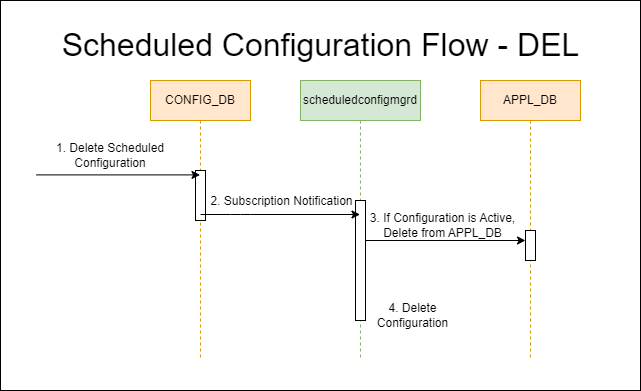
Earlier version of the draw.io export doc/scheduled-configurations/images/scheduled-configuration-flow-del.png (sonic-net/SONiC). Source tidied: cells renumbered, new cells last; positions are measured from the earlier drawing's top-left corner, leaving out a move shared by most shapes.
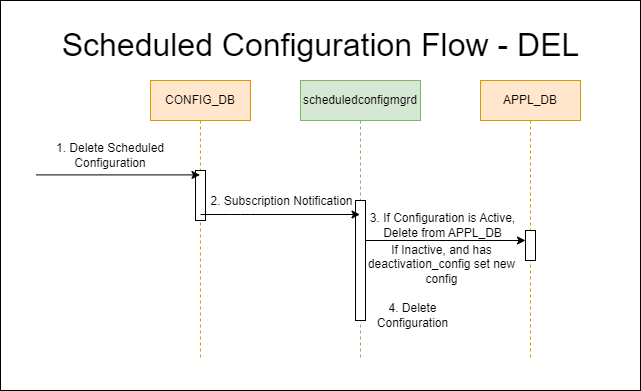
After the change.

Commit message:
Update HLD to include "deactivation_config" option in scheduled_configuration.

What changed in the source:
```diff
@@ -60,5 +60,8 @@
     <mxCell id="16" value="3. If Configuration is Active, Delete from APPL_DB" style="text;html=1;strokeColor=none;fillColor=none;align=center;verticalAlign=middle;whiteSpace=wrap;rounded=0;" parent="1" vertex="1">
       <mxGeometry x="360" y="210" width="165" height="30" as="geometry" />
     </mxCell>
+    <mxCell id="17" value="If Inactive, and has deactivation_config set new config" style="text;html=1;strokeColor=none;fillColor=none;align=center;verticalAlign=middle;whiteSpace=wrap;rounded=0;" parent="1" vertex="1">
+      <mxGeometry x="359" y="249" width="165" height="30" as="geometry" />
+    </mxCell>
   </root>
 </mxGraphModel>
```
